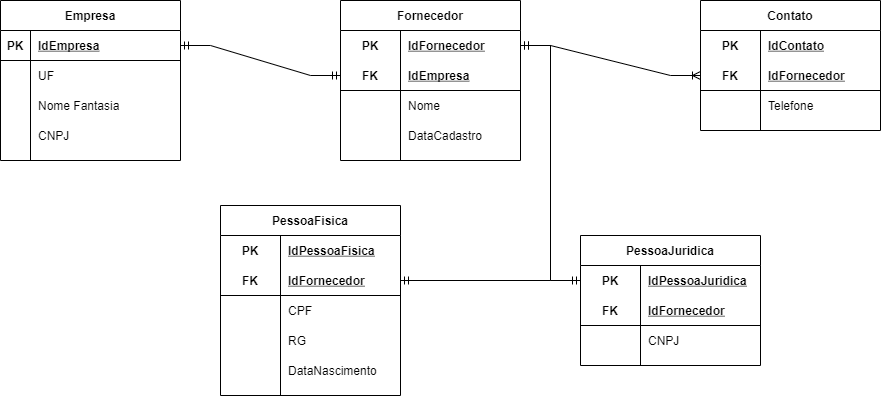
The draw.io diagram Diagramas/Diagrama-Lógico.png in MatheusDavidDev/Avaliacao_De_Conhecimento, before a commit. Source tidied: cells renumbered, new cells last; positions are measured from the earlier drawing's top-left corner, leaving out a move shared by most shapes.
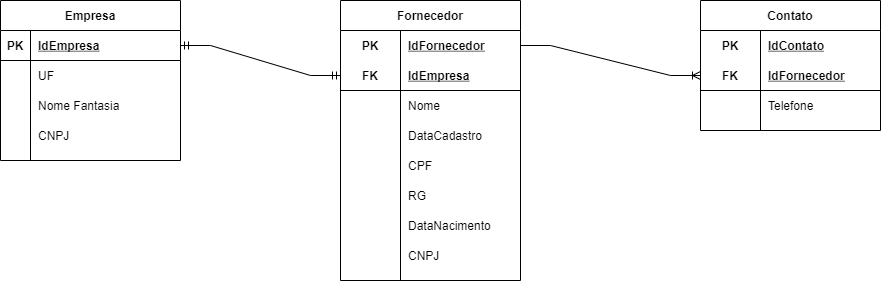
Later version of the same file.

What changed in the source:
```diff
@@ -42,7 +42,7 @@
       <mxGeometry x="30" width="150" height="30" as="geometry" />
     </mxCell>
     <mxCell id="15" value="Fornecedor" style="shape=table;startSize=30;rowLines=0;fontStyle=1;align=center;" parent="1" vertex="1">
-      <mxGeometry x="340" width="180" height="160" as="geometry" />
+      <mxGeometry x="340" width="180" height="280" as="geometry" />
     </mxCell>
     <mxCell id="16" style="shape=partialRectangle;fillColor=none;top=0;left=0;bottom=0;right=0;points=[[0,0.5],[1,0.5]];portConstraint=eastwest;" parent="15" vertex="1">
       <mxGeometry y="30" width="180" height="30" as="geometry" />
@@ -80,82 +80,40 @@
     <mxCell id="27" value="DataCadastro" style="shape=partialRectangle;fillColor=none;top=0;left=0;bottom=0;right=0;align=left;spacingLeft=6;overflow=hidden;" parent="25" vertex="1">
       <mxGeometry x="60" width="120" height="30" as="geometry" />
     </mxCell>
-    <mxCell id="28" value="PessoaFisica" style="shape=table;startSize=30;rowLines=0;fontStyle=1;align=center;" parent="1" vertex="1">
-      <mxGeometry x="220" y="205" width="180" height="190" as="geometry" />
-    </mxCell>
-    <mxCell id="29" style="shape=partialRectangle;fillColor=none;top=0;left=0;bottom=0;right=0;" parent="28" vertex="1">
-      <mxGeometry y="30" width="180" height="30" as="geometry" />
-    </mxCell>
-    <mxCell id="30" value="PK" style="shape=partialRectangle;fillColor=none;top=0;left=0;bottom=0;right=0;fontStyle=1;overflow=hidden;" parent="29" vertex="1">
-      <mxGeometry width="60" height="30" as="geometry" />
-    </mxCell>
-    <mxCell id="31" value="IdPessoaFisica" style="shape=partialRectangle;fillColor=none;top=0;left=0;bottom=0;right=0;align=left;spacingLeft=6;fontStyle=5;overflow=hidden;" parent="29" vertex="1">
-      <mxGeometry x="60" width="120" height="30" as="geometry" />
-    </mxCell>
-    <mxCell id="32" style="shape=partialRectangle;fillColor=none;top=0;left=0;bottom=1;right=0;points=[[0,0.5],[1,0.5]];portConstraint=eastwest;" parent="28" vertex="1">
-      <mxGeometry y="60" width="180" height="30" as="geometry" />
-    </mxCell>
-    <mxCell id="33" value="FK" style="shape=partialRectangle;fillColor=none;top=0;left=0;bottom=0;right=0;fontStyle=1;overflow=hidden;" parent="32" vertex="1">
-      <mxGeometry width="60" height="30" as="geometry" />
-    </mxCell>
-    <mxCell id="34" value="IdFornecedor" style="shape=partialRectangle;fillColor=none;top=0;left=0;bottom=0;right=0;align=left;spacingLeft=6;fontStyle=5;overflow=hidden;" parent="32" vertex="1">
-      <mxGeometry x="60" width="120" height="30" as="geometry" />
-    </mxCell>
-    <mxCell id="35" style="shape=partialRectangle;fillColor=none;top=0;left=0;bottom=0;right=0;" parent="28" vertex="1">
-      <mxGeometry y="90" width="180" height="30" as="geometry" />
-    </mxCell>
-    <mxCell id="36" style="shape=partialRectangle;fillColor=none;top=0;left=0;bottom=0;right=0;overflow=hidden;" parent="35" vertex="1">
-      <mxGeometry width="60" height="30" as="geometry" />
-    </mxCell>
+    <mxCell id="41" style="shape=partialRectangle;fillColor=none;top=0;left=0;bottom=0;right=0;" parent="15" vertex="1">
+      <mxGeometry y="150" width="180" height="30" as="geometry" />
+    </mxCell>
+    <mxCell id="68" style="shape=partialRectangle;fillColor=none;top=0;left=0;bottom=0;right=0;overflow=hidden;" parent="41" vertex="1">
+      <mxGeometry width="60" height="30" as="geometry" />
+    </mxCell>
-    <mxCell id="37" value="CPF" style="shape=partialRectangle;fillColor=none;top=0;left=0;bottom=0;right=0;align=left;spacingLeft=6;overflow=hidden;" parent="35" vertex="1">
+    <mxCell id="37" value="CPF" style="shape=partialRectangle;fillColor=none;top=0;left=0;bottom=0;right=0;align=left;spacingLeft=6;overflow=hidden;" parent="41" vertex="1">
       <mxGeometry x="60" width="120" height="30" as="geometry" />
     </mxCell>
-    <mxCell id="38" style="shape=partialRectangle;fillColor=none;top=0;left=0;bottom=0;right=0;" parent="28" vertex="1">
-      <mxGeometry y="120" width="180" height="30" as="geometry" />
-    </mxCell>
-    <mxCell id="39" style="shape=partialRectangle;fillColor=none;top=0;left=0;bottom=0;right=0;overflow=hidden;" parent="38" vertex="1">
-      <mxGeometry width="60" height="30" as="geometry" />
-    </mxCell>
+    <mxCell id="69" style="shape=partialRectangle;fillColor=none;top=0;left=0;bottom=0;right=0;" parent="15" vertex="1">
+      <mxGeometry y="180" width="180" height="30" as="geometry" />
+    </mxCell>
+    <mxCell id="70" style="shape=partialRectangle;fillColor=none;top=0;left=0;bottom=0;right=0;overflow=hidden;" parent="69" vertex="1">
+      <mxGeometry width="60" height="30" as="geometry" />
+    </mxCell>
-    <mxCell id="40" value="RG" style="shape=partialRectangle;fillColor=none;top=0;left=0;bottom=0;right=0;align=left;spacingLeft=6;overflow=hidden;" parent="38" vertex="1">
+    <mxCell id="40" value="RG" style="shape=partialRectangle;fillColor=none;top=0;left=0;bottom=0;right=0;align=left;spacingLeft=6;overflow=hidden;" parent="69" vertex="1">
       <mxGeometry x="60" width="120" height="30" as="geometry" />
     </mxCell>
-    <mxCell id="41" style="shape=partialRectangle;fillColor=none;top=0;left=0;bottom=0;right=0;" parent="28" vertex="1">
-      <mxGeometry y="150" width="180" height="30" as="geometry" />
-    </mxCell>
-    <mxCell id="42" style="shape=partialRectangle;fillColor=none;top=0;left=0;bottom=0;right=0;overflow=hidden;" parent="41" vertex="1">
-      <mxGeometry width="60" height="30" as="geometry" />
-    </mxCell>
-    <mxCell id="43" value="DataNascimento" style="shape=partialRectangle;fillColor=none;top=0;left=0;bottom=0;right=0;align=left;spacingLeft=6;overflow=hidden;" parent="41" vertex="1">
-      <mxGeometry x="60" width="120" height="30" as="geometry" />
-    </mxCell>
-    <mxCell id="44" value="PessoaJuridica" style="shape=table;startSize=30;rowLines=0;fontStyle=1;align=center;" parent="1" vertex="1">
-      <mxGeometry x="580" y="235" width="180" height="130" as="geometry" />
-    </mxCell>
-    <mxCell id="45" style="shape=partialRectangle;fillColor=none;top=0;left=0;bottom=0;right=0;points=[[0,0.5],[1,0.5]];portConstraint=eastwest;" parent="44" vertex="1">
-      <mxGeometry y="30" width="180" height="30" as="geometry" />
-    </mxCell>
-    <mxCell id="46" value="PK" style="shape=partialRectangle;fillColor=none;top=0;left=0;bottom=0;right=0;fontStyle=1;overflow=hidden;" parent="45" vertex="1">
-      <mxGeometry width="60" height="30" as="geometry" />
-    </mxCell>
-    <mxCell id="47" value="IdPessoaJuridica" style="shape=partialRectangle;fillColor=none;top=0;left=0;bottom=0;right=0;align=left;spacingLeft=6;fontStyle=5;overflow=hidden;" parent="45" vertex="1">
-      <mxGeometry x="60" width="120" height="30" as="geometry" />
-    </mxCell>
-    <mxCell id="48" style="shape=partialRectangle;fillColor=none;top=0;left=0;bottom=1;right=0;" parent="44" vertex="1">
-      <mxGeometry y="60" width="180" height="30" as="geometry" />
-    </mxCell>
-    <mxCell id="49" value="FK" style="shape=partialRectangle;fillColor=none;top=0;left=0;bottom=0;right=0;fontStyle=1;overflow=hidden;" parent="48" vertex="1">
-      <mxGeometry width="60" height="30" as="geometry" />
-    </mxCell>
-    <mxCell id="50" value="IdFornecedor" style="shape=partialRectangle;fillColor=none;top=0;left=0;bottom=0;right=0;align=left;spacingLeft=6;fontStyle=5;overflow=hidden;" parent="48" vertex="1">
-      <mxGeometry x="60" width="120" height="30" as="geometry" />
-    </mxCell>
-    <mxCell id="51" style="shape=partialRectangle;fillColor=none;top=0;left=0;bottom=0;right=0;" parent="44" vertex="1">
-      <mxGeometry y="90" width="180" height="30" as="geometry" />
-    </mxCell>
-    <mxCell id="52" style="shape=partialRectangle;fillColor=none;top=0;left=0;bottom=0;right=0;overflow=hidden;" parent="51" vertex="1">
-      <mxGeometry width="60" height="30" as="geometry" />
-    </mxCell>
+    <mxCell id="71" style="shape=partialRectangle;fillColor=none;top=0;left=0;bottom=0;right=0;" parent="15" vertex="1">
+      <mxGeometry y="210" width="180" height="30" as="geometry" />
+    </mxCell>
+    <mxCell id="72" style="shape=partialRectangle;fillColor=none;top=0;left=0;bottom=0;right=0;overflow=hidden;" parent="71" vertex="1">
+      <mxGeometry width="60" height="30" as="geometry" />
+    </mxCell>
+    <mxCell id="73" value="DataNacimento" style="shape=partialRectangle;fillColor=none;top=0;left=0;bottom=0;right=0;align=left;spacingLeft=6;overflow=hidden;" parent="71" vertex="1">
+      <mxGeometry x="60" width="120" height="30" as="geometry" />
+    </mxCell>
+    <mxCell id="74" style="shape=partialRectangle;fillColor=none;top=0;left=0;bottom=0;right=0;" parent="15" vertex="1">
+      <mxGeometry y="240" width="180" height="30" as="geometry" />
+    </mxCell>
+    <mxCell id="75" style="shape=partialRectangle;fillColor=none;top=0;left=0;bottom=0;right=0;overflow=hidden;" parent="74" vertex="1">
+      <mxGeometry width="60" height="30" as="geometry" />
+    </mxCell>
-    <mxCell id="53" value="CNPJ" style="shape=partialRectangle;fillColor=none;top=0;left=0;bottom=0;right=0;align=left;spacingLeft=6;overflow=hidden;" parent="51" vertex="1">
+    <mxCell id="53" value="CNPJ" style="shape=partialRectangle;fillColor=none;top=0;left=0;bottom=0;right=0;align=left;spacingLeft=6;overflow=hidden;" parent="74" vertex="1">
       <mxGeometry x="60" width="120" height="30" as="geometry" />
     </mxCell>
     <mxCell id="54" style="edgeStyle=entityRelationEdgeStyle;fontSize=12;html=1;endArrow=ERmandOne;startArrow=ERmandOne;rounded=0;" parent="1" edge="1" source="3" target="19">
@@ -191,12 +149,6 @@
     <mxCell id="64" value="Telefone" style="shape=partialRectangle;fillColor=none;top=0;left=0;bottom=0;right=0;align=left;spacingLeft=6;overflow=hidden;" parent="62" vertex="1">
       <mxGeometry x="60" width="120" height="30" as="geometry" />
     </mxCell>
-    <mxCell id="65" style="edgeStyle=entityRelationEdgeStyle;fontSize=12;html=1;endArrow=ERmandOne;startArrow=ERmandOne;rounded=0;" parent="1" edge="1" source="16" target="32">
-      <mxGeometry relative="1" as="geometry" />
-    </mxCell>
-    <mxCell id="66" style="edgeStyle=entityRelationEdgeStyle;fontSize=12;html=1;endArrow=ERmandOne;startArrow=ERmandOne;rounded=0;" parent="1" edge="1" source="16" target="45">
-      <mxGeometry relative="1" as="geometry" />
-    </mxCell>
     <mxCell id="67" style="edgeStyle=entityRelationEdgeStyle;fontSize=12;html=1;endArrow=ERoneToMany;rounded=0;" parent="1" edge="1" source="16" target="59">
       <mxGeometry relative="1" as="geometry" />
     </mxCell>
```
